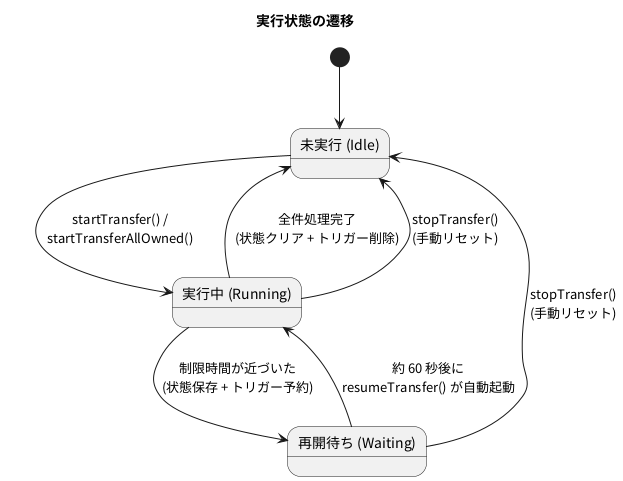
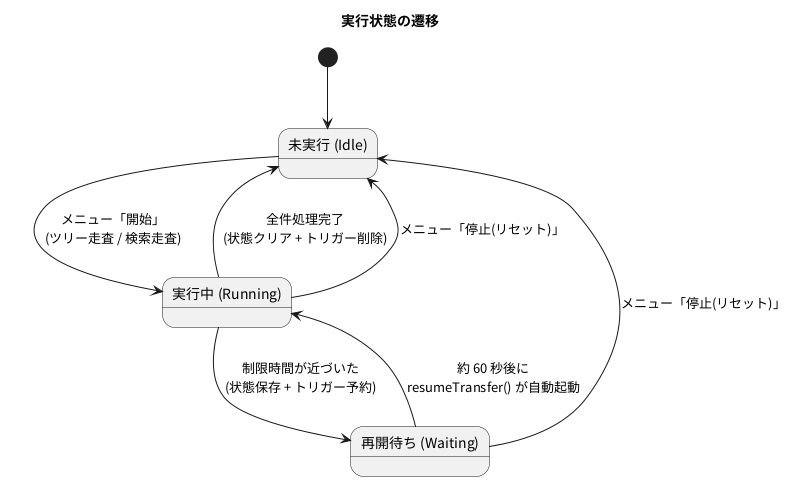
@startuml 04_state_machine
title 実行状態の遷移
skinparam defaultFontName "Noto Sans CJK JP"
skinparam shadowing false

state "未実行 (Idle)" as Idle
state "実行中 (Running)" as Running
state "再開待ち (Waiting)" as Waiting

[*] --> Idle
- Idle --> Running : startTransfer() /\nstartTransferAllOwned()
+ Idle --> Running : メニュー「開始」\n(ツリー走査 / 検索走査)
Running --> Waiting : 制限時間が近づいた\n(状態保存 + トリガー予約)
Waiting --> Running : 約 60 秒後に\nresumeTransfer() が自動起動
Running --> Idle : 全件処理完了\n(状態クリア + トリガー削除)
- Running --> Idle : stopTransfer()\n(手動リセット)
- Waiting --> Idle : stopTransfer()\n(手動リセット)
+ Running --> Idle : メニュー「停止(リセット)」
+ Waiting --> Idle : メニュー「停止(リセット)」
@enduml
